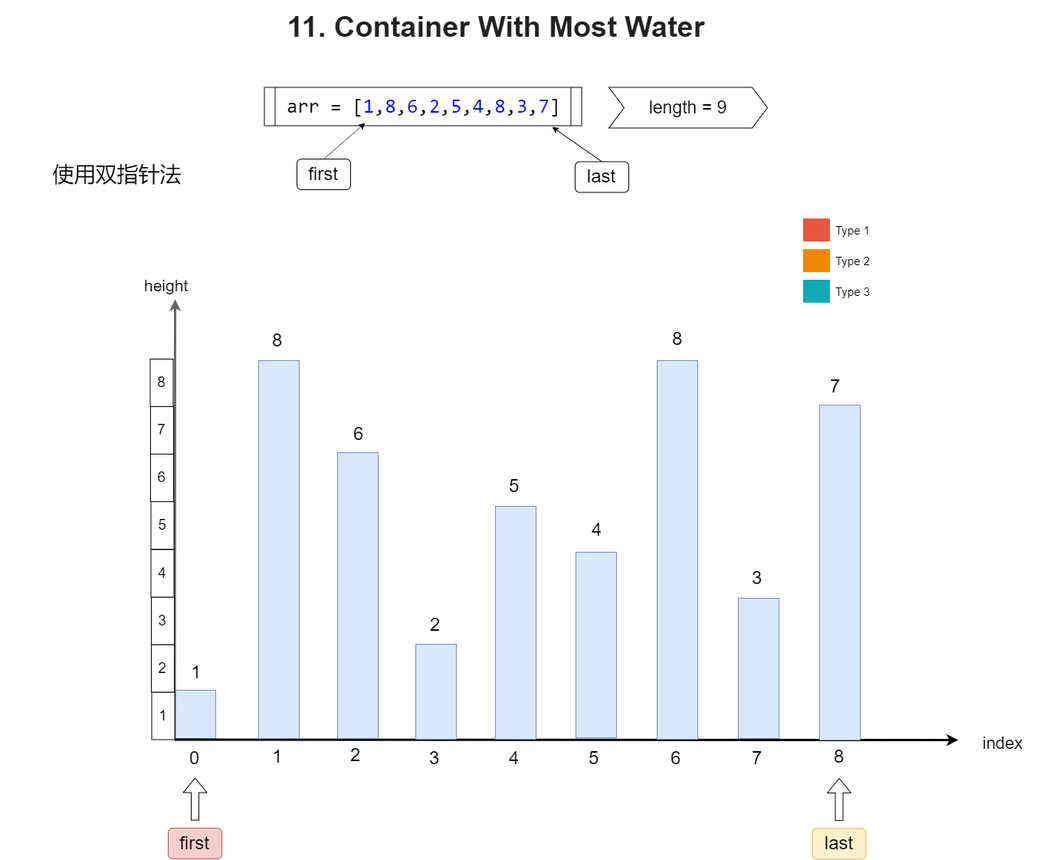
Nevermore12321/LeetCode keeps this draw.io diagram as Array/11_Container With Most Water/11_Container-With-Most-Water.png. Above is the earlier version. Source tidied: cells renumbered, new cells last; positions are measured from the earlier drawing's top-left corner, leaving out a move shared by most shapes.
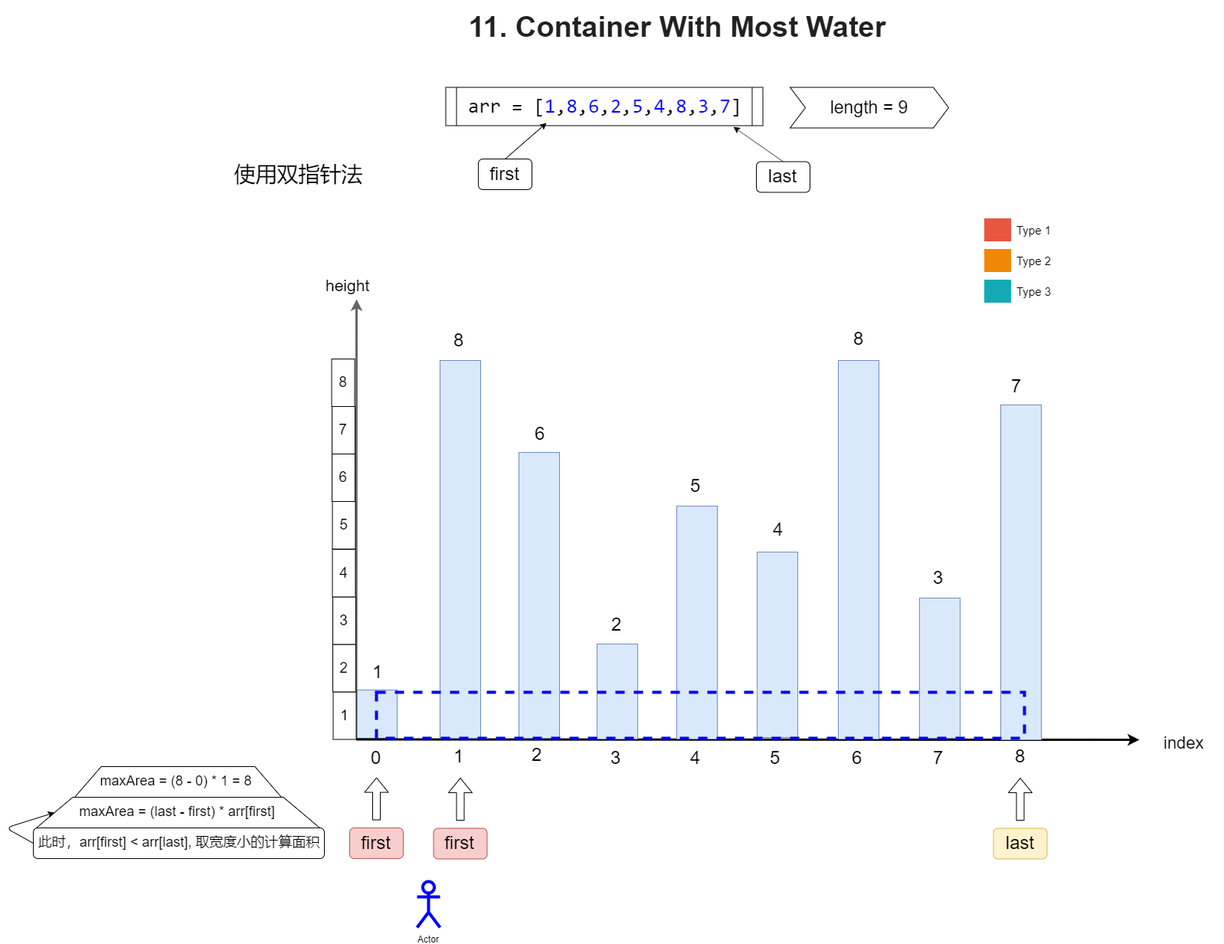
The same diagram one commit later.

What changed in the source:
```diff
@@ -186,5 +186,36 @@
     <mxCell id="58" value="&lt;font style=&quot;font-size: 24px&quot;&gt;last&lt;/font&gt;" style="rounded=1;whiteSpace=wrap;html=1;fillColor=#fff2cc;strokeColor=#d6b656;" parent="1" vertex="1">
       <mxGeometry x="1059.5" y="1080.5" width="70" height="40" as="geometry" />
     </mxCell>
+    <mxCell id="59" value="&lt;font style=&quot;font-size: 18px&quot;&gt;此时，arr[first] &amp;lt; arr[last], 取宽度小的计算面积&lt;/font&gt;" style="rounded=1;whiteSpace=wrap;html=1;" parent="1" vertex="1">
+      <mxGeometry x="-194" y="1080" width="380" height="40" as="geometry" />
+    </mxCell>
+    <mxCell id="60" value="&lt;font style=&quot;font-size: 18px&quot;&gt;maxArea = (last - first) * arr[first]&lt;/font&gt;" style="shape=trapezoid;perimeter=trapezoidPerimeter;whiteSpace=wrap;html=1;size=0.12824576357147677;" parent="1" vertex="1">
+      <mxGeometry x="-190" y="1040" width="370" height="40" as="geometry" />
+    </mxCell>
+    <mxCell id="61" style="endArrow=classic;html=1;exitX=0;exitY=0.5;exitDx=0;exitDy=0;entryX=0;entryY=0.5;entryDx=0;entryDy=0;" parent="1" edge="1" source="59" target="60">
+      <mxGeometry relative="1" as="geometry">
+        <Array as="points">
+          <mxPoint x="-230" y="1080" />
+        </Array>
+      </mxGeometry>
+    </mxCell>
+    <mxCell id="62" value="&lt;font style=&quot;font-size: 18px&quot;&gt;maxArea = (8 - 0) * 1 = 8&amp;nbsp;&lt;/font&gt;" style="shape=trapezoid;perimeter=trapezoidPerimeter;whiteSpace=wrap;html=1;size=0.12824576357147677;" parent="1" vertex="1">
+      <mxGeometry x="-140" y="1000" width="270" height="40" as="geometry" />
+    </mxCell>
+    <mxCell id="63" style="rounded=0;whiteSpace=wrap;html=1;dashed=1;strokeColor=#0000FF;strokeWidth=4;fillColor=none;" parent="1" vertex="1">
+      <mxGeometry x="254" y="903" width="846" height="60" as="geometry" />
+    </mxCell>
+    <mxCell id="64" value="Actor" style="shape=umlActor;verticalLabelPosition=bottom;labelBackgroundColor=#ffffff;verticalAlign=top;html=1;strokeColor=#0000FF;strokeWidth=4;fillColor=none;" parent="1" vertex="1">
+      <mxGeometry x="307" y="1150" width="30" height="60" as="geometry" />
+    </mxCell>
+    <mxCell id="65" style="shape=flexArrow;endArrow=classic;html=1;entryX=0.501;entryY=0.991;entryDx=0;entryDy=0;entryPerimeter=0;" parent="1" edge="1">
+      <mxGeometry relative="1" as="geometry">
+        <mxPoint x="363.5" y="1070.5" as="sourcePoint" />
+        <mxPoint x="363.5" y="1014.6" as="targetPoint" />
+      </mxGeometry>
+    </mxCell>
+    <mxCell id="66" value="&lt;font style=&quot;font-size: 24px&quot;&gt;first&lt;/font&gt;" style="rounded=1;whiteSpace=wrap;html=1;fillColor=#f8cecc;strokeColor=#b85450;" parent="1" vertex="1">
+      <mxGeometry x="328.5" y="1080.5" width="70" height="40" as="geometry" />
+    </mxCell>
   </root>
 </mxGraphModel>
```
